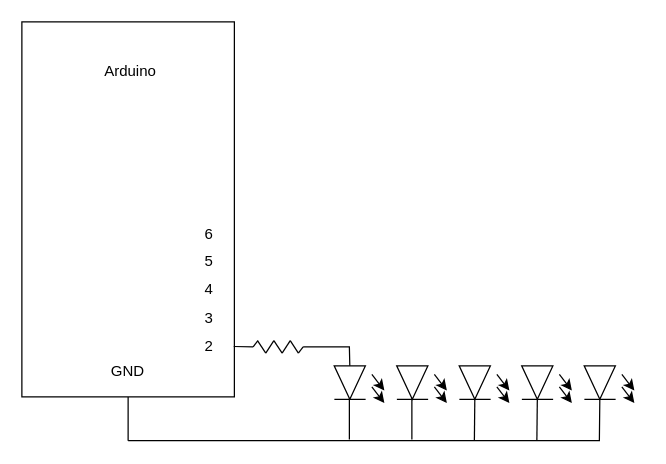
Earlier version of the draw.io diagram LED_Wave_Schematic.drawio (Adriever/LED-Wave). Source tidied: cells renumbered, new cells numbered last; positions are measured from the earlier drawing's top-left corner, leaving out a move shared by most shapes. Both pictures are drawn from the tidied source at 125%, with x=0, y=0 at pixel (-60, 52).
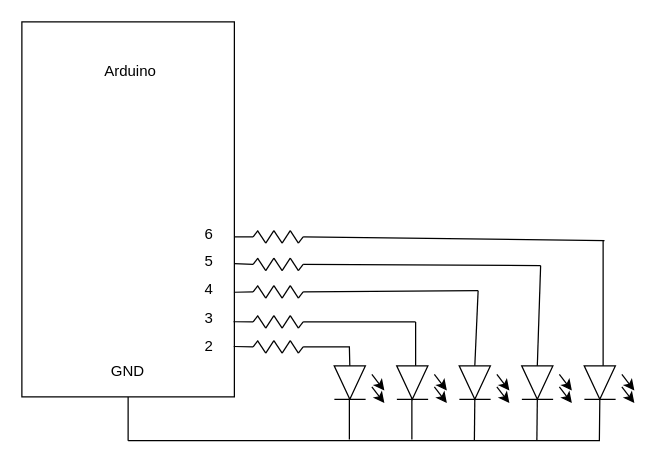
After the change.

Unchanged cells that the change refers to:
```xml
<mxCell id="2" style="rounded=0;whiteSpace=wrap;html=1;rotation=90;" parent="1" vertex="1">
  <mxGeometry y="40" width="300" height="170" as="geometry" />
</mxCell>
<mxCell id="31" style="triangle;whiteSpace=wrap;html=1;strokeWidth=1;rotation=90;" parent="30" vertex="1">
  <mxGeometry x="-6" y="6" width="26.7" height="25" as="geometry" />
</mxCell>
<mxCell id="36" style="triangle;whiteSpace=wrap;html=1;strokeWidth=1;rotation=90;" parent="35" vertex="1">
  <mxGeometry x="-6" y="6" width="26.7" height="25" as="geometry" />
</mxCell>
```

What changed in the source:
```diff
@@
+    <mxCell id="51" style="group;strokeWidth=1;" parent="1" vertex="1">
+      <mxGeometry x="250" y="210" width="40" height="10" as="geometry" />
+    </mxCell>
+    <mxCell id="52" style="endArrow=none;html=1;rounded=0;strokeWidth=1;" parent="51" edge="1">
+      <mxGeometry relative="1" as="geometry">
+        <mxPoint x="10.1" y="10" as="sourcePoint" />
+        <mxPoint x="16.6" as="targetPoint" />
+      </mxGeometry>
+    </mxCell>
+    <mxCell id="53" style="endArrow=none;html=1;rounded=0;strokeWidth=1;" parent="51" edge="1">
+      <mxGeometry relative="1" as="geometry">
+        <mxPoint x="3.5" as="sourcePoint" />
+        <mxPoint x="10.1" y="10" as="targetPoint" />
+      </mxGeometry>
+    </mxCell>
+    <mxCell id="54" style="endArrow=none;html=1;rounded=0;strokeWidth=1;" parent="51" edge="1">
+      <mxGeometry relative="1" as="geometry">
+        <mxPoint x="16.6" as="sourcePoint" />
+        <mxPoint x="23.2" y="10" as="targetPoint" />
+      </mxGeometry>
+    </mxCell>
+    <mxCell id="55" style="endArrow=none;html=1;rounded=0;strokeWidth=1;" parent="51" edge="1">
+      <mxGeometry relative="1" as="geometry">
+        <mxPoint x="29.7" as="sourcePoint" />
+        <mxPoint x="36.2" y="10" as="targetPoint" />
+      </mxGeometry>
+    </mxCell>
+    <mxCell id="56" style="endArrow=none;html=1;rounded=0;strokeWidth=1;" parent="51" edge="1">
+      <mxGeometry relative="1" as="geometry">
+        <mxPoint x="23.2" y="10" as="sourcePoint" />
+        <mxPoint x="29.7" as="targetPoint" />
+      </mxGeometry>
+    </mxCell>
+    <mxCell id="57" style="endArrow=none;html=1;rounded=0;strokeWidth=1;" parent="51" edge="1">
+      <mxGeometry relative="1" as="geometry">
+        <mxPoint y="5" as="sourcePoint" />
+        <mxPoint x="3.8" as="targetPoint" />
+      </mxGeometry>
+    </mxCell>
+    <mxCell id="58" style="endArrow=none;html=1;rounded=0;strokeWidth=1;" parent="51" edge="1">
+      <mxGeometry relative="1" as="geometry">
+        <mxPoint x="36.2" y="10" as="sourcePoint" />
+        <mxPoint x="40" y="5" as="targetPoint" />
+      </mxGeometry>
+    </mxCell>
+    <mxCell id="59" style="group;strokeWidth=1;" parent="1" vertex="1">
+      <mxGeometry x="250" y="186" width="40" height="10" as="geometry" />
+    </mxCell>
+    <mxCell id="60" style="endArrow=none;html=1;rounded=0;strokeWidth=1;" parent="59" edge="1">
+      <mxGeometry relative="1" as="geometry">
+        <mxPoint x="10.1" y="10" as="sourcePoint" />
+        <mxPoint x="16.6" as="targetPoint" />
+      </mxGeometry>
+    </mxCell>
+    <mxCell id="61" style="endArrow=none;html=1;rounded=0;strokeWidth=1;" parent="59" edge="1">
+      <mxGeometry relative="1" as="geometry">
+        <mxPoint x="3.5" as="sourcePoint" />
+        <mxPoint x="10.1" y="10" as="targetPoint" />
+      </mxGeometry>
+    </mxCell>
+    <mxCell id="62" style="endArrow=none;html=1;rounded=0;strokeWidth=1;" parent="59" edge="1">
+      <mxGeometry relative="1" as="geometry">
+        <mxPoint x="16.6" as="sourcePoint" />
+        <mxPoint x="23.2" y="10" as="targetPoint" />
+      </mxGeometry>
+    </mxCell>
+    <mxCell id="63" style="endArrow=none;html=1;rounded=0;strokeWidth=1;" parent="59" edge="1">
+      <mxGeometry relative="1" as="geometry">
+        <mxPoint x="29.7" as="sourcePoint" />
+        <mxPoint x="36.2" y="10" as="targetPoint" />
+      </mxGeometry>
+    </mxCell>
+    <mxCell id="64" style="endArrow=none;html=1;rounded=0;strokeWidth=1;" parent="59" edge="1">
+      <mxGeometry relative="1" as="geometry">
+        <mxPoint x="23.2" y="10" as="sourcePoint" />
+        <mxPoint x="29.7" as="targetPoint" />
+      </mxGeometry>
+    </mxCell>
+    <mxCell id="65" style="endArrow=none;html=1;rounded=0;strokeWidth=1;" parent="59" edge="1">
+      <mxGeometry relative="1" as="geometry">
+        <mxPoint y="5" as="sourcePoint" />
+        <mxPoint x="3.8" as="targetPoint" />
+      </mxGeometry>
+    </mxCell>
+    <mxCell id="66" style="endArrow=none;html=1;rounded=0;strokeWidth=1;" parent="59" edge="1">
+      <mxGeometry relative="1" as="geometry">
+        <mxPoint x="36.2" y="10" as="sourcePoint" />
+        <mxPoint x="40" y="5" as="targetPoint" />
+      </mxGeometry>
+    </mxCell>
+    <mxCell id="67" style="group;strokeWidth=1;" parent="1" vertex="1">
+      <mxGeometry x="250" y="164" width="40" height="10" as="geometry" />
+    </mxCell>
+    <mxCell id="68" style="endArrow=none;html=1;rounded=0;strokeWidth=1;" parent="67" edge="1">
+      <mxGeometry relative="1" as="geometry">
+        <mxPoint x="10.1" y="10" as="sourcePoint" />
+        <mxPoint x="16.6" as="targetPoint" />
+      </mxGeometry>
+    </mxCell>
+    <mxCell id="69" style="endArrow=none;html=1;rounded=0;strokeWidth=1;" parent="67" edge="1">
+      <mxGeometry relative="1" as="geometry">
+        <mxPoint x="3.5" as="sourcePoint" />
+        <mxPoint x="10.1" y="10" as="targetPoint" />
+      </mxGeometry>
+    </mxCell>
+    <mxCell id="70" style="endArrow=none;html=1;rounded=0;strokeWidth=1;" parent="67" edge="1">
+      <mxGeometry relative="1" as="geometry">
+        <mxPoint x="16.6" as="sourcePoint" />
+        <mxPoint x="23.2" y="10" as="targetPoint" />
+      </mxGeometry>
+    </mxCell>
+    <mxCell id="71" style="endArrow=none;html=1;rounded=0;strokeWidth=1;" parent="67" edge="1">
+      <mxGeometry relative="1" as="geometry">
+        <mxPoint x="29.7" as="sourcePoint" />
+        <mxPoint x="36.2" y="10" as="targetPoint" />
+      </mxGeometry>
+    </mxCell>
+    <mxCell id="72" style="endArrow=none;html=1;rounded=0;strokeWidth=1;" parent="67" edge="1">
+      <mxGeometry relative="1" as="geometry">
+        <mxPoint x="23.2" y="10" as="sourcePoint" />
+        <mxPoint x="29.7" as="targetPoint" />
+      </mxGeometry>
+    </mxCell>
+    <mxCell id="73" style="endArrow=none;html=1;rounded=0;strokeWidth=1;" parent="67" edge="1">
+      <mxGeometry relative="1" as="geometry">
+        <mxPoint y="5" as="sourcePoint" />
+        <mxPoint x="3.8" as="targetPoint" />
+      </mxGeometry>
+    </mxCell>
+    <mxCell id="74" style="endArrow=none;html=1;rounded=0;strokeWidth=1;" parent="67" edge="1">
+      <mxGeometry relative="1" as="geometry">
+        <mxPoint x="36.2" y="10" as="sourcePoint" />
+        <mxPoint x="40" y="5" as="targetPoint" />
+      </mxGeometry>
+    </mxCell>
+    <mxCell id="75" style="group;strokeWidth=1;" parent="1" vertex="1">
+      <mxGeometry x="250" y="142" width="40" height="10" as="geometry" />
+    </mxCell>
+    <mxCell id="76" style="endArrow=none;html=1;rounded=0;strokeWidth=1;" parent="75" edge="1">
+      <mxGeometry relative="1" as="geometry">
+        <mxPoint x="10.1" y="10" as="sourcePoint" />
+        <mxPoint x="16.6" as="targetPoint" />
+      </mxGeometry>
+    </mxCell>
+    <mxCell id="77" style="endArrow=none;html=1;rounded=0;strokeWidth=1;" parent="75" edge="1">
+      <mxGeometry relative="1" as="geometry">
+        <mxPoint x="3.5" as="sourcePoint" />
+        <mxPoint x="10.1" y="10" as="targetPoint" />
+      </mxGeometry>
+    </mxCell>
+    <mxCell id="78" style="endArrow=none;html=1;rounded=0;strokeWidth=1;" parent="75" edge="1">
+      <mxGeometry relative="1" as="geometry">
+        <mxPoint x="16.6" as="sourcePoint" />
+        <mxPoint x="23.2" y="10" as="targetPoint" />
+      </mxGeometry>
+    </mxCell>
+    <mxCell id="79" style="endArrow=none;html=1;rounded=0;strokeWidth=1;" parent="75" edge="1">
+      <mxGeometry relative="1" as="geometry">
+        <mxPoint x="29.7" as="sourcePoint" />
+        <mxPoint x="36.2" y="10" as="targetPoint" />
+      </mxGeometry>
+    </mxCell>
+    <mxCell id="80" style="endArrow=none;html=1;rounded=0;strokeWidth=1;" parent="75" edge="1">
+      <mxGeometry relative="1" as="geometry">
+        <mxPoint x="23.2" y="10" as="sourcePoint" />
+        <mxPoint x="29.7" as="targetPoint" />
+      </mxGeometry>
+    </mxCell>
+    <mxCell id="81" style="endArrow=none;html=1;rounded=0;strokeWidth=1;" parent="75" edge="1">
+      <mxGeometry relative="1" as="geometry">
+        <mxPoint y="5" as="sourcePoint" />
+        <mxPoint x="3.8" as="targetPoint" />
+      </mxGeometry>
+    </mxCell>
+    <mxCell id="82" style="endArrow=none;html=1;rounded=0;strokeWidth=1;" parent="75" edge="1">
+      <mxGeometry relative="1" as="geometry">
+        <mxPoint x="36.2" y="10" as="sourcePoint" />
+        <mxPoint x="40" y="5" as="targetPoint" />
+      </mxGeometry>
+    </mxCell>
+    <mxCell id="83" style="endArrow=none;html=1;rounded=0;exitX=0.57;exitY=0.001;exitDx=0;exitDy=0;exitPerimeter=0;" parent="1" edge="1">
+      <mxGeometry relative="1" as="geometry">
+        <mxPoint x="234.8" y="147" as="sourcePoint" />
+        <mxPoint x="250" y="147" as="targetPoint" />
+      </mxGeometry>
+    </mxCell>
+    <mxCell id="84" style="endArrow=none;html=1;rounded=0;exitX=0.648;exitY=0.001;exitDx=0;exitDy=0;exitPerimeter=0;" parent="1" edge="1">
+      <mxGeometry relative="1" as="geometry">
+        <mxPoint x="234.8" y="168.4" as="sourcePoint" />
+        <mxPoint x="250" y="169" as="targetPoint" />
+      </mxGeometry>
+    </mxCell>
+    <mxCell id="85" style="endArrow=none;html=1;rounded=0;exitX=0.721;exitY=0.002;exitDx=0;exitDy=0;exitPerimeter=0;" parent="1" edge="1" source="2">
+      <mxGeometry relative="1" as="geometry">
+        <mxPoint x="250" y="191" as="targetPoint" />
+      </mxGeometry>
+    </mxCell>
+    <mxCell id="86" style="endArrow=none;html=1;rounded=0;exitX=0.803;exitY=0.004;exitDx=0;exitDy=0;exitPerimeter=0;" parent="1" edge="1">
+      <mxGeometry relative="1" as="geometry">
+        <mxPoint x="234.3" y="214.9" as="sourcePoint" />
+        <mxPoint x="250" y="215" as="targetPoint" />
+      </mxGeometry>
+    </mxCell>
+    <mxCell id="87" style="endArrow=none;html=1;rounded=0;" parent="1" edge="1">
+      <mxGeometry relative="1" as="geometry">
+        <mxPoint x="290" y="215" as="sourcePoint" />
+        <mxPoint x="380" y="215" as="targetPoint" />
+      </mxGeometry>
+    </mxCell>
+    <mxCell id="88" style="endArrow=none;html=1;rounded=0;" parent="1" edge="1">
+      <mxGeometry relative="1" as="geometry">
+        <mxPoint x="290" y="191" as="sourcePoint" />
+        <mxPoint x="430" y="190" as="targetPoint" />
+      </mxGeometry>
+    </mxCell>
+    <mxCell id="89" style="endArrow=none;html=1;rounded=0;" parent="1" edge="1">
+      <mxGeometry relative="1" as="geometry">
+        <mxPoint x="290" y="169" as="sourcePoint" />
+        <mxPoint x="480" y="170" as="targetPoint" />
+      </mxGeometry>
+    </mxCell>
+    <mxCell id="90" style="endArrow=none;html=1;rounded=0;" parent="1" edge="1">
+      <mxGeometry relative="1" as="geometry">
+        <mxPoint x="290" y="147" as="sourcePoint" />
+        <mxPoint x="531.1" y="150" as="targetPoint" />
+      </mxGeometry>
+    </mxCell>
+    <mxCell id="91" style="endArrow=none;html=1;rounded=0;" parent="1" edge="1">
+      <mxGeometry relative="1" as="geometry">
+        <mxPoint x="530" y="250" as="sourcePoint" />
+        <mxPoint x="530" y="150" as="targetPoint" />
+      </mxGeometry>
+    </mxCell>
+    <mxCell id="92" style="endArrow=none;html=1;rounded=0;exitX=0;exitY=0.5;exitDx=0;exitDy=0;" parent="1" edge="1" source="36">
+      <mxGeometry relative="1" as="geometry">
+        <mxPoint x="480" y="170" as="targetPoint" />
+      </mxGeometry>
+    </mxCell>
+    <mxCell id="93" style="endArrow=none;html=1;rounded=0;exitX=0;exitY=0.5;exitDx=0;exitDy=0;" parent="1" edge="1" source="31">
+      <mxGeometry relative="1" as="geometry">
+        <mxPoint x="430" y="190" as="targetPoint" />
+      </mxGeometry>
+    </mxCell>
+    <mxCell id="94" style="endArrow=none;html=1;rounded=0;" parent="1" edge="1">
+      <mxGeometry relative="1" as="geometry">
+        <mxPoint x="380" y="250" as="sourcePoint" />
+        <mxPoint x="380" y="215" as="targetPoint" />
+      </mxGeometry>
+    </mxCell>
```
